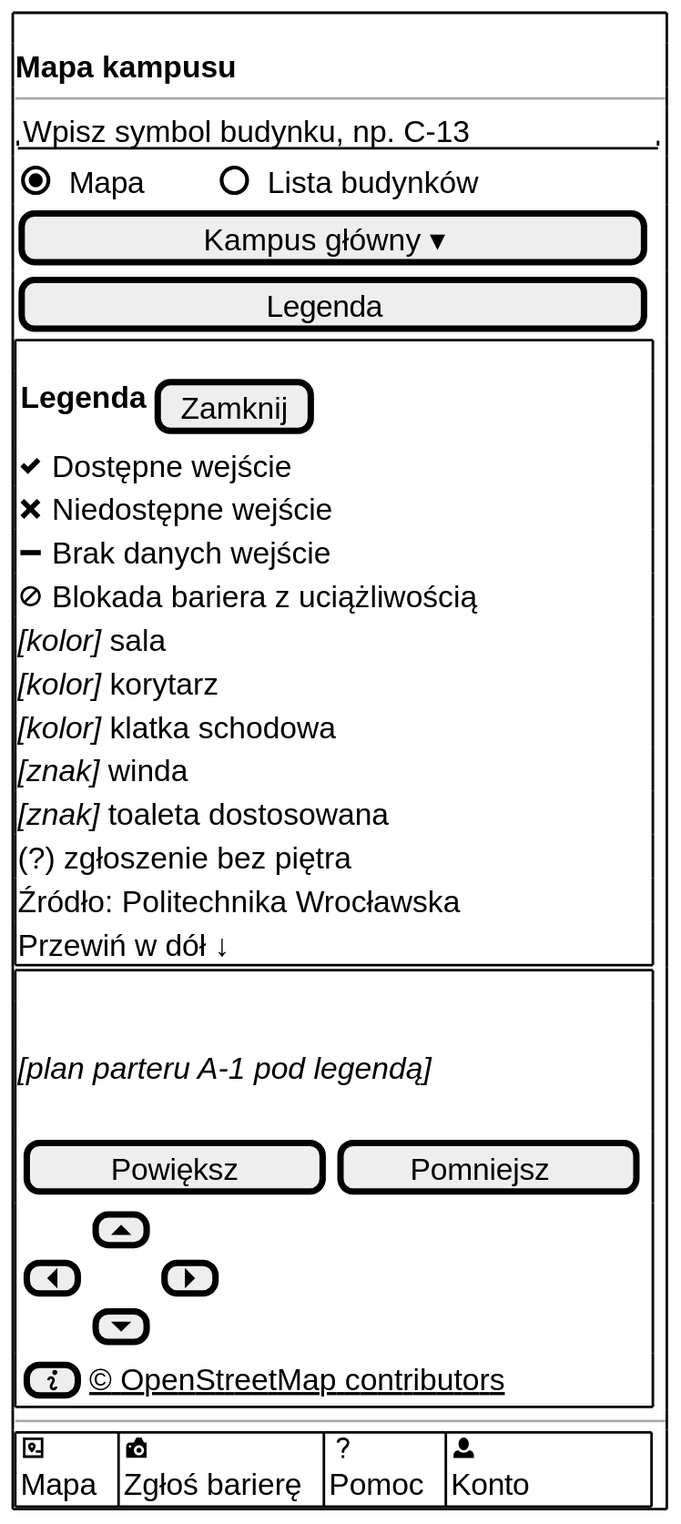
Before: docs/docs/_generated/m-v1-mapa-plan-legenda.svg, a diagram exported from PlantUML (dostepny-kampus/dostepny-kampus). Its diagram source:
```plantuml
@startsalt
' V1 Mapa kampusu, legenda przy widocznym planie (US1.4, NFR-21): znaki mapy i pozycje planu z napisami.
!include _wspolne.iuml
!include _odwiedzajacy.iuml
$ekran_poczatek()
$naglowek_startowy("Mapa kampusu")
$pole_tekstowe("Wpisz symbol budynku, np. C-13")
$przelacznik("Mapa", "Lista budynków", 1)
$przycisk("Kampus główny ▾")
$przycisk("Legenda")
$ramka()
{ <b>Legenda</b> | [Zamknij] }
$dostepne() wejście
$niedostepne() wejście
$brak_danych() wejście
$blokada() bariera z uciążliwością
<i>[kolor]</i> sala
<i>[kolor]</i> korytarz
<i>[kolor]</i> klatka schodowa
<i>[znak]</i> winda
<i>[znak]</i> toaleta dostosowana
(?) zgłoszenie bez piętra
Źródło: Politechnika Wrocławska
Przewiń w dół ↓
}
$mapa("plan parteru A-1 pod legendą", "", "info")
$pasek_dolny_konto()
$ekran_koniec()
@endsalt
```
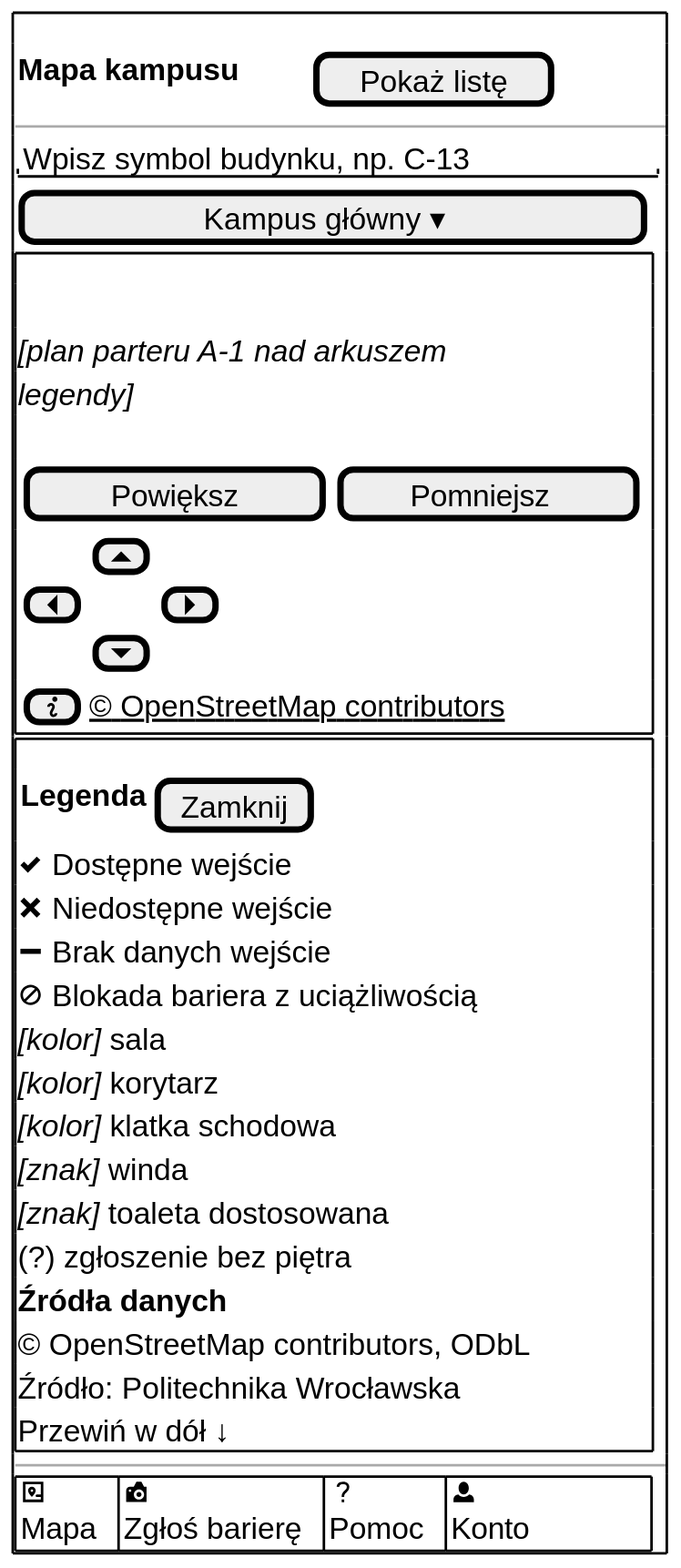
After the change.

Change to the diagram source:
```diff
@@ -1,13 +1,13 @@
 @startsalt
-' V1 Mapa kampusu, legenda przy widocznym planie (US1.4, NFR-21): znaki mapy i pozycje planu z napisami.
+' V1 Mapa kampusu, arkusz „Legenda” spod „ⓘ” przy widocznym planie (US1.4, NFR-21, NFR-37):
+' znaki mapy i pozycje planu z napisami, na końcu źródła danych.
 !include _wspolne.iuml
 !include _odwiedzajacy.iuml
 $ekran_poczatek()
-$naglowek_startowy("Mapa kampusu")
+$naglowek_mapy("Pokaż listę")
 $pole_tekstowe("Wpisz symbol budynku, np. C-13")
-$przelacznik("Mapa", "Lista budynków", 1)
 $przycisk("Kampus główny ▾")
-$przycisk("Legenda")
+$mapa("plan parteru A-1 nad arkuszem legendy", "", "info")
 $ramka()
 { <b>Legenda</b> | [Zamknij] }
 $dostepne() wejście
@@ -20,10 +20,11 @@
 <i>[znak]</i> winda
 <i>[znak]</i> toaleta dostosowana
 (?) zgłoszenie bez piętra
+<b>Źródła danych</b>
+© OpenStreetMap contributors, ODbL
 Źródło: Politechnika Wrocławska
 Przewiń w dół ↓
 }
-$mapa("plan parteru A-1 pod legendą", "", "info")
 $pasek_dolny_konto()
 $ekran_koniec()
 @endsalt
```
